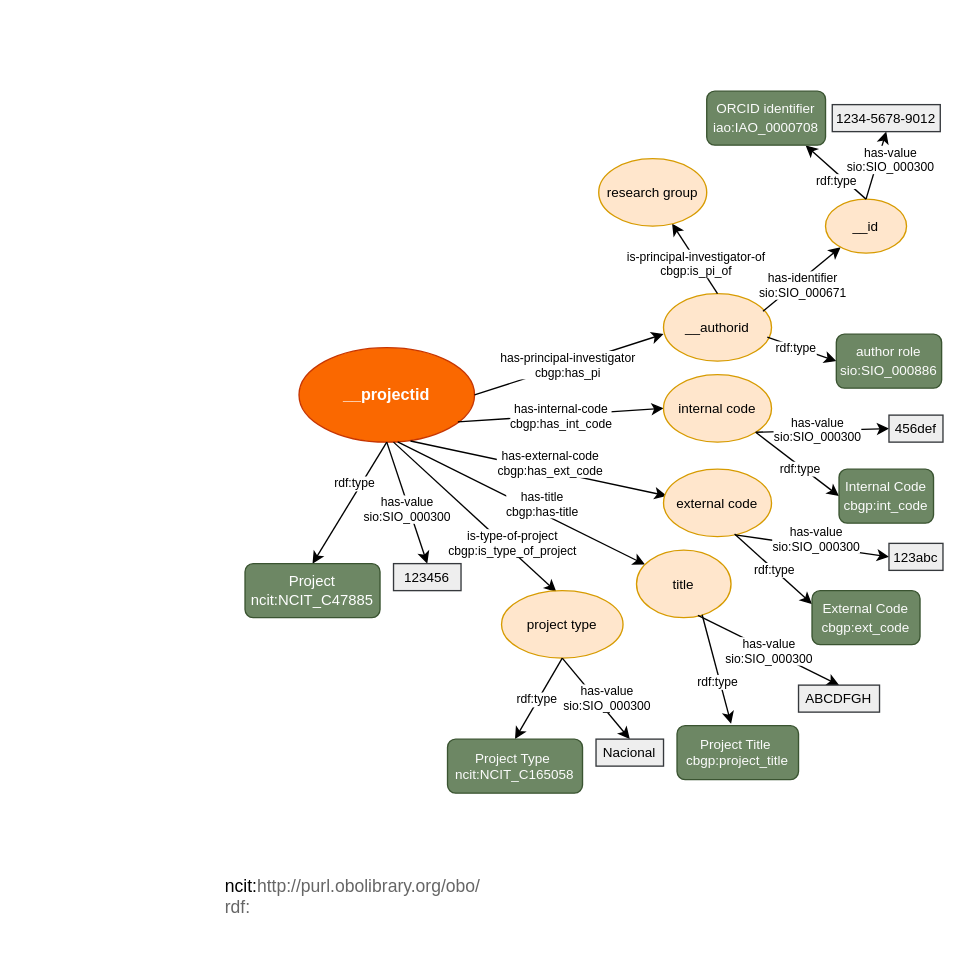
saracuriel/CBGP keeps this draw.io diagram as projects-model.drawio. Above is the earlier version. Source tidied: cells renumbered, new cells numbered last; positions are measured from the earlier drawing's top-left corner, leaving out a move shared by most shapes. Both pictures are drawn from the tidied source at 135%, with x=0, y=0 at pixel (204, 90).
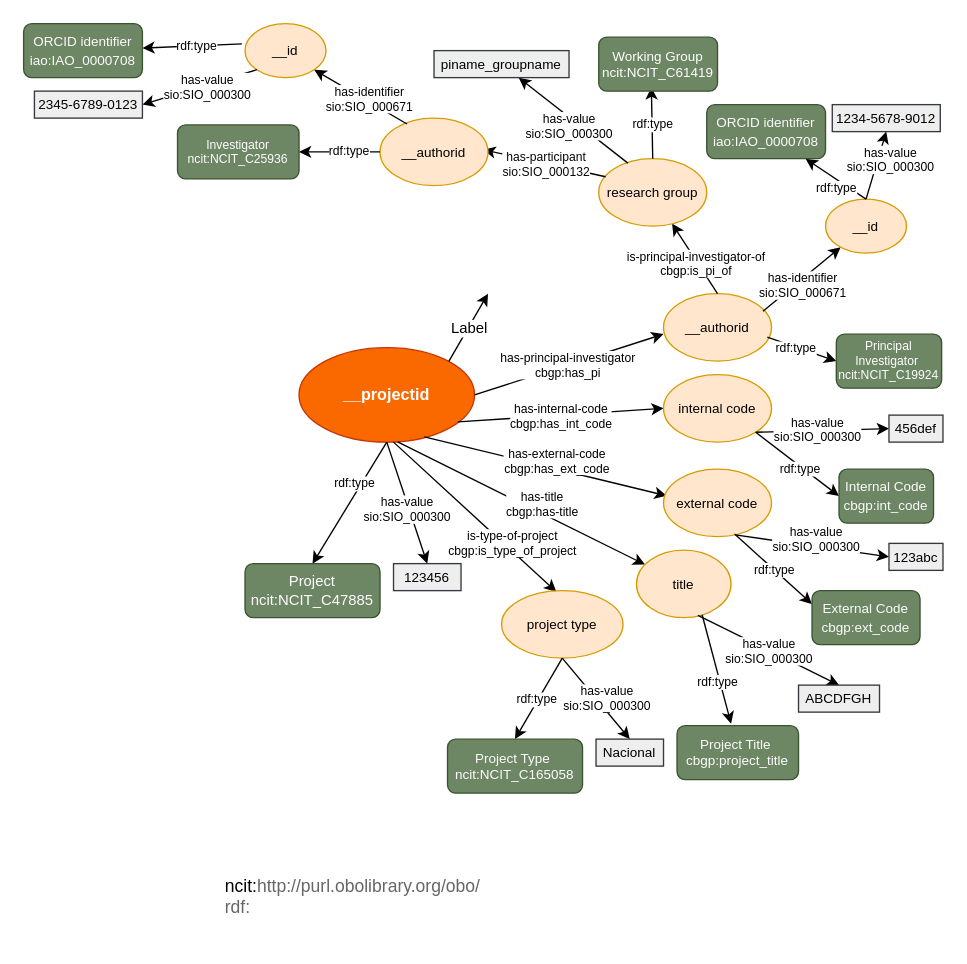
The same page after the edit.

Unchanged cells that the change refers to:
```xml
<mxCell id="2" value="&lt;b&gt;&lt;font style=&quot;color: rgb(255, 255, 255);&quot;&gt;__projectid&lt;/font&gt;&lt;/b&gt;" style="ellipse;whiteSpace=wrap;html=1;fillColor=#fa6800;strokeColor=#C73500;fontColor=#000000;" parent="1" vertex="1">
  <mxGeometry x="70" y="190" width="130" height="70" as="geometry" />
</mxCell>
<mxCell id="30" value="external code" style="ellipse;whiteSpace=wrap;html=1;fillColor=#ffe6cc;strokeColor=#d79b00;fontSize=10;fontColor=#000000;" parent="1" vertex="1">
  <mxGeometry x="340" y="280" width="80" height="50" as="geometry" />
</mxCell>
<mxCell id="63" value="research group" style="ellipse;whiteSpace=wrap;html=1;fillColor=#ffe6cc;strokeColor=#d79b00;fontSize=10;fontColor=#000000;" parent="1" vertex="1">
  <mxGeometry x="292" y="50" width="80" height="50" as="geometry" />
</mxCell>
```

Change to the diagram source:
```diff
@@
-    <mxCell id="28" style="endArrow=classic;html=1;rounded=0;exitX=0.635;exitY=0.988;exitDx=0;exitDy=0;exitPerimeter=0;entryX=0.029;entryY=0.395;entryDx=0;entryDy=0;entryPerimeter=0;" parent="1" edge="1" source="2" target="30">
+    <mxCell id="28" style="endArrow=classic;html=1;rounded=0;exitX=0.714;exitY=0.944;exitDx=0;exitDy=0;exitPerimeter=0;entryX=0.029;entryY=0.395;entryDx=0;entryDy=0;entryPerimeter=0;" parent="1" edge="1" source="2" target="30">
       <mxGeometry relative="1" as="geometry" />
     </mxCell>
@@
-    <mxCell id="54" value="&lt;span style=&quot;font-size: 10px;&quot;&gt;author role&lt;/span&gt;&lt;div&gt;&lt;span style=&quot;font-size: 10px;&quot;&gt;sio:SIO_000886&lt;/span&gt;&lt;/div&gt;" style="rounded=1;whiteSpace=wrap;html=1;fontSize=11;fillColor=#6d8764;strokeColor=#3A5431;fontColor=light-dark(#fcfcfc, #121212);" parent="1" vertex="1">
+    <mxCell id="54" value="&lt;span&gt;Principal Investigator&amp;nbsp;&lt;/span&gt;&lt;div&gt;&lt;span&gt;ncit:&lt;/span&gt;&lt;span style=&quot;font-family: &amp;quot;IBM Plex Sans&amp;quot;, Helvetica, Arial, sans-serif; text-align: start; background-color: transparent;&quot;&gt;NCIT_C19924&lt;/span&gt;&lt;/div&gt;" style="rounded=1;whiteSpace=wrap;html=1;fontSize=9;fillColor=#6d8764;strokeColor=#3A5431;fontColor=light-dark(#ffffff, #121212);" parent="1" vertex="1">
       <mxGeometry x="468" y="180" width="78" height="40" as="geometry" />
     </mxCell>
@@
     <mxCell id="59" value="&lt;span style=&quot;font-size: 10px;&quot;&gt;ORCID identifier&lt;/span&gt;&lt;div&gt;&lt;span style=&quot;font-size: 10px;&quot;&gt;iao:IAO_0000708&lt;/span&gt;&lt;/div&gt;" style="rounded=1;whiteSpace=wrap;html=1;fontSize=11;fillColor=#6d8764;strokeColor=#3A5431;fontColor=light-dark(#fcfcfc, #121212);" parent="1" vertex="1">
-      <mxGeometry x="372" width="88" height="40" as="geometry" />
+      <mxGeometry x="372" y="10" width="88" height="40" as="geometry" />
     </mxCell>
@@
+    <mxCell id="64" style="endArrow=classic;html=1;rounded=0;exitX=0.5;exitY=0;exitDx=0;exitDy=0;entryX=0.443;entryY=0.929;entryDx=0;entryDy=0;entryPerimeter=0;" parent="1" edge="1" source="63" target="66">
+      <mxGeometry relative="1" as="geometry" />
+    </mxCell>
+    <mxCell id="65" value="rdf:type" style="edgeLabel;html=1;align=center;verticalAlign=middle;fontSize=9;" parent="64" vertex="1">
+      <mxGeometry relative="1" as="geometry" />
+    </mxCell>
+    <mxCell id="66" value="&lt;span&gt;Working Group&lt;/span&gt;&lt;div&gt;&lt;span&gt;ncit:&lt;/span&gt;&lt;span style=&quot;font-family: &amp;quot;IBM Plex Sans&amp;quot;, Helvetica, Arial, sans-serif; text-align: start; background-color: transparent;&quot;&gt;NCIT_C61419&lt;/span&gt;&lt;/div&gt;" style="rounded=1;whiteSpace=wrap;html=1;fontSize=10;fillColor=#6d8764;strokeColor=#3A5431;fontColor=light-dark(#ffffff, #121212);" parent="1" vertex="1">
+      <mxGeometry x="292" y="-40" width="88" height="40" as="geometry" />
+    </mxCell>
+    <mxCell id="67" style="endArrow=classic;html=1;rounded=0;exitX=0.27;exitY=0.067;exitDx=0;exitDy=0;exitPerimeter=0;" parent="1" edge="1" source="63" target="69">
+      <mxGeometry relative="1" as="geometry" />
+    </mxCell>
+    <mxCell id="68" value="has-value&lt;div&gt;sio:SIO_000300&lt;/div&gt;" style="edgeLabel;html=1;align=center;verticalAlign=middle;fontSize=9;" parent="67" vertex="1">
+      <mxGeometry relative="1" as="geometry">
+        <mxPoint x="-4" y="4" as="offset" />
+      </mxGeometry>
+    </mxCell>
+    <mxCell id="69" value="piname_groupname" style="rounded=0;whiteSpace=wrap;html=1;fontSize=10;fillColor=#eeeeee;strokeColor=#36393d;" parent="1" vertex="1">
+      <mxGeometry x="170" y="-30" width="100" height="20" as="geometry" />
+    </mxCell>
+    <mxCell id="70" style="endArrow=classic;html=1;rounded=0;exitX=0.064;exitY=0.269;exitDx=0;exitDy=0;exitPerimeter=0;entryX=0.957;entryY=0.469;entryDx=0;entryDy=0;entryPerimeter=0;" parent="1" edge="1" source="63" target="72">
+      <mxGeometry relative="1" as="geometry" />
+    </mxCell>
+    <mxCell id="71" value="has-participant&lt;div&gt;sio:&lt;span style=&quot;font-family: &amp;quot;IBM Plex Sans&amp;quot;, Helvetica, Arial, sans-serif; text-align: start; text-wrap-mode: wrap; background-color: light-dark(#ffffff, var(--ge-dark-color, #121212));&quot;&gt;SIO_000132&lt;/span&gt;&lt;/div&gt;" style="edgeLabel;html=1;align=center;verticalAlign=middle;fontSize=9;fontColor=light-dark(#080808, #ededed);" parent="70" vertex="1">
+      <mxGeometry relative="1" as="geometry" />
+    </mxCell>
+    <mxCell id="72" value="__authorid" style="ellipse;whiteSpace=wrap;html=1;fillColor=#ffe6cc;strokeColor=#d79b00;fontSize=10;fontColor=#000000;" parent="1" vertex="1">
+      <mxGeometry x="130" y="20" width="80" height="50" as="geometry" />
+    </mxCell>
+    <mxCell id="73" style="endArrow=classic;html=1;rounded=0;entryX=1;entryY=1;entryDx=0;entryDy=0;exitX=0.25;exitY=0.087;exitDx=0;exitDy=0;exitPerimeter=0;" parent="1" edge="1" source="72" target="75">
+      <mxGeometry relative="1" as="geometry" />
+    </mxCell>
+    <mxCell id="74" value="has-identifier&lt;div&gt;sio:SIO_000671&lt;/div&gt;" style="edgeLabel;html=1;align=center;verticalAlign=middle;fontSize=9;" parent="73" vertex="1">
+      <mxGeometry relative="1" as="geometry">
+        <mxPoint x="6" y="1" as="offset" />
+      </mxGeometry>
+    </mxCell>
+    <mxCell id="75" value="__id" style="ellipse;whiteSpace=wrap;html=1;fillColor=#ffe6cc;strokeColor=#d79b00;fontSize=10;fontColor=#000000;" parent="1" vertex="1">
+      <mxGeometry x="30" y="-50" width="60" height="40" as="geometry" />
+    </mxCell>
+    <mxCell id="76" style="endArrow=classic;html=1;rounded=0;exitX=-0.038;exitY=0.375;exitDx=0;exitDy=0;exitPerimeter=0;" parent="1" edge="1" source="75" target="78">
+      <mxGeometry relative="1" as="geometry" />
+    </mxCell>
+    <mxCell id="77" value="rdf:type" style="edgeLabel;html=1;align=center;verticalAlign=middle;fontSize=9;" parent="76" vertex="1">
+      <mxGeometry relative="1" as="geometry">
+        <mxPoint x="3" as="offset" />
+      </mxGeometry>
+    </mxCell>
+    <mxCell id="78" value="&lt;span style=&quot;font-size: 10px;&quot;&gt;ORCID identifier&lt;/span&gt;&lt;div&gt;&lt;span style=&quot;font-size: 10px;&quot;&gt;iao:IAO_0000708&lt;/span&gt;&lt;/div&gt;" style="rounded=1;whiteSpace=wrap;html=1;fontSize=11;fillColor=#6d8764;strokeColor=#3A5431;fontColor=light-dark(#fcfcfc, #121212);" parent="1" vertex="1">
+      <mxGeometry x="-134" y="-50" width="88" height="40" as="geometry" />
+    </mxCell>
+    <mxCell id="79" style="endArrow=classic;html=1;rounded=0;exitX=0;exitY=1;exitDx=0;exitDy=0;entryX=1;entryY=0.5;entryDx=0;entryDy=0;" parent="1" edge="1" source="75" target="81">
+      <mxGeometry relative="1" as="geometry" />
+    </mxCell>
+    <mxCell id="80" value="has-value&lt;div&gt;sio:SIO_000300&lt;/div&gt;" style="edgeLabel;html=1;align=center;verticalAlign=middle;fontSize=9;" parent="79" vertex="1">
+      <mxGeometry relative="1" as="geometry">
+        <mxPoint x="5" as="offset" />
+      </mxGeometry>
+    </mxCell>
+    <mxCell id="81" value="2345-6789-0123" style="rounded=0;whiteSpace=wrap;html=1;fontSize=10;fillColor=#eeeeee;strokeColor=#36393d;" parent="1" vertex="1">
+      <mxGeometry x="-126" width="80" height="20" as="geometry" />
+    </mxCell>
+    <mxCell id="82" style="endArrow=classic;html=1;rounded=0;exitX=0;exitY=0.5;exitDx=0;exitDy=0;" parent="1" edge="1" source="72" target="84">
+      <mxGeometry relative="1" as="geometry" />
+    </mxCell>
+    <mxCell id="83" value="rdf:type" style="edgeLabel;html=1;align=center;verticalAlign=middle;fontSize=9;" parent="82" vertex="1">
+      <mxGeometry relative="1" as="geometry">
+        <mxPoint x="6" y="-1" as="offset" />
+      </mxGeometry>
+    </mxCell>
+    <mxCell id="84" value="Investigator&lt;div&gt;ncit:&lt;span style=&quot;font-family: &amp;quot;IBM Plex Sans&amp;quot;, Helvetica, Arial, sans-serif; text-align: start; background-color: transparent;&quot;&gt;NCIT_C25936&lt;/span&gt;&lt;/div&gt;" style="rounded=1;whiteSpace=wrap;html=1;fontSize=9;fillColor=#6d8764;strokeColor=#3A5431;fontColor=light-dark(#ffffff, #121212);" parent="1" vertex="1">
+      <mxGeometry x="-20" y="25" width="90" height="40" as="geometry" />
+    </mxCell>
+    <mxCell id="85" style="endArrow=classic;html=1;rounded=0;exitX=1;exitY=0;exitDx=0;exitDy=0;" parent="1" edge="1" source="2">
+      <mxGeometry relative="1" as="geometry">
+        <mxPoint x="210" y="150" as="targetPoint" />
+      </mxGeometry>
+    </mxCell>
+    <mxCell id="86" value="Label" style="edgeLabel;html=1;align=center;verticalAlign=middle;" parent="85" vertex="1">
+      <mxGeometry relative="1" as="geometry" />
+    </mxCell>
```
